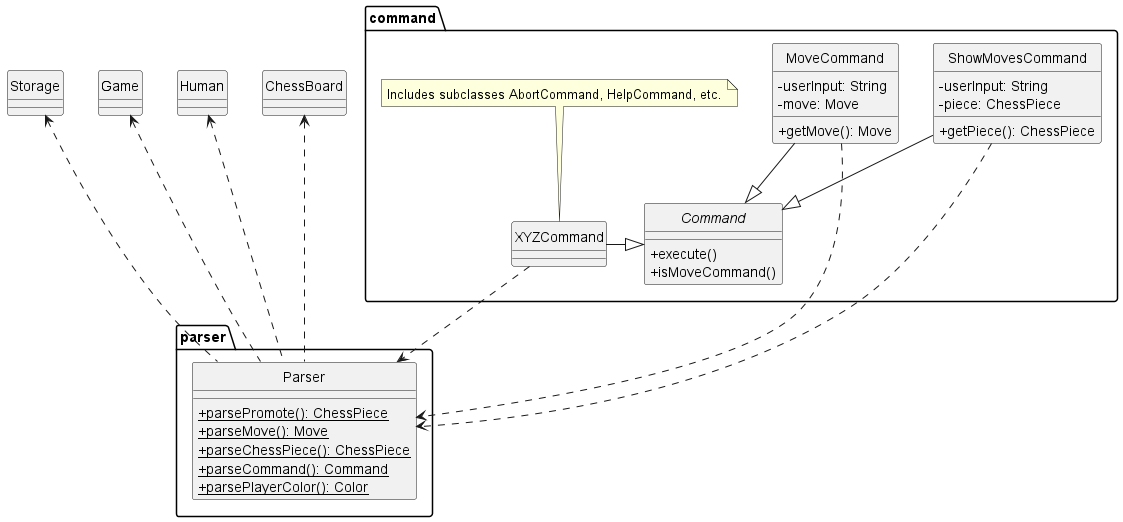
Earlier version of the PlantUML export docs/images/ParserCommandDiagram.png (onx001/tp).
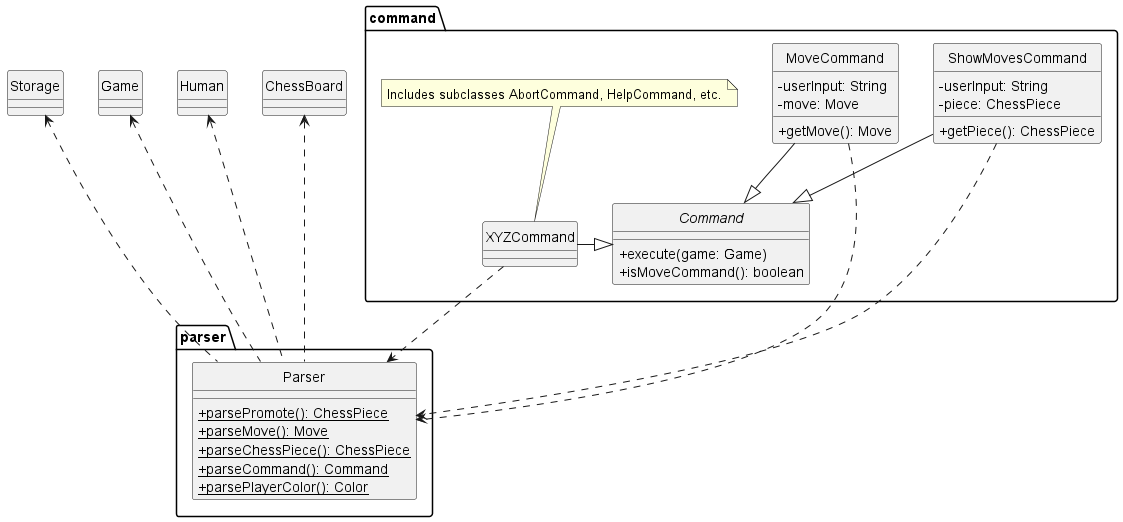
After the change.

Commit message:
Update documentation and class diagram

What changed in the source:
```diff
@@ -3,8 +3,8 @@
 skinparam classAttributeIconSize 0
 package command{
     abstract class Command {
-    +execute()
-    +isMoveCommand()
+    +execute(game: Game)
+    +isMoveCommand(): boolean
     }
     class MoveCommand {
     -userInput: String
```
